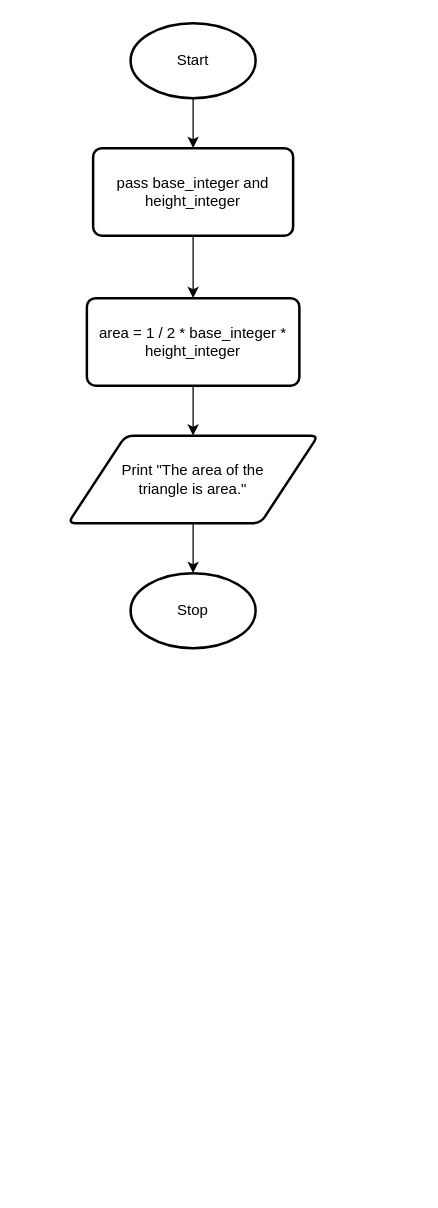
Earlier version of the draw.io diagram design.flowchart.drawio (Yiyun-Qin/ICS3U-Unit6-04-Python). Source tidied: cells renumbered, new cells numbered last; positions are measured from the earlier drawing's top-left corner, leaving out a move shared by most shapes. Both pictures are drawn from the tidied source at 125%, with x=0, y=0 at pixel (68, 22).
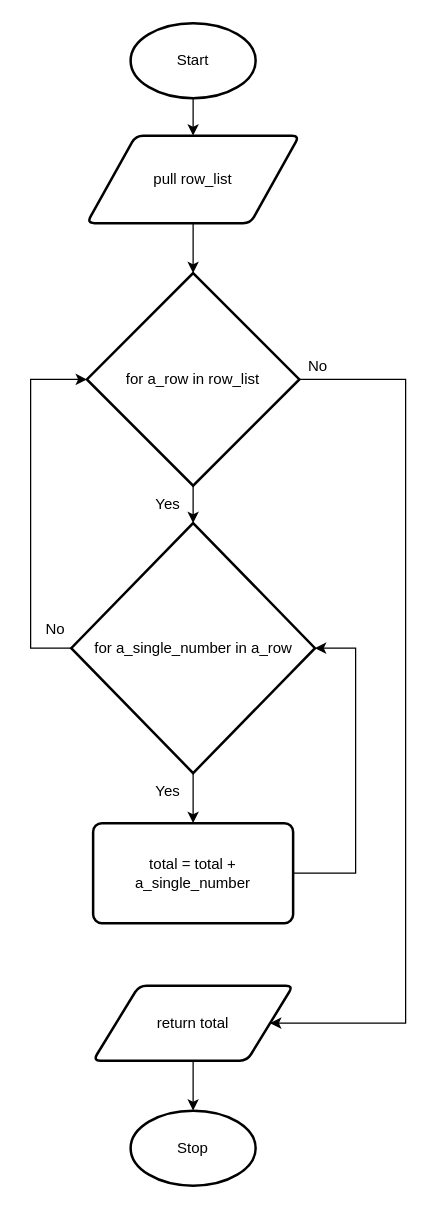
Above is the later version.

Unchanged cells that the change refers to:
```xml
<mxCell id="3" value="Start" style="strokeWidth=2;html=1;shape=mxgraph.flowchart.start_1;whiteSpace=wrap;" parent="1" vertex="1">
  <mxGeometry x="50" width="100" height="60" as="geometry" />
</mxCell>
```

Diff of the diagram source:
```diff
@@
-    <mxCell id="2" style="edgeStyle=none;html=1;exitX=0.5;exitY=1;exitDx=0;exitDy=0;exitPerimeter=0;entryX=0.5;entryY=0;entryDx=0;entryDy=0;" parent="1" edge="1" source="3" target="6">
-      <mxGeometry relative="1" as="geometry" />
-    </mxCell>
+    <mxCell id="11" style="edgeStyle=none;html=1;exitX=0.5;exitY=1;exitDx=0;exitDy=0;exitPerimeter=0;entryX=0.5;entryY=0;entryDx=0;entryDy=0;" parent="1" edge="1" source="3" target="13">
+      <mxGeometry relative="1" as="geometry" />
+    </mxCell>
@@
     <mxCell id="4" value="Stop" style="strokeWidth=2;html=1;shape=mxgraph.flowchart.start_1;whiteSpace=wrap;" parent="1" vertex="1">
-      <mxGeometry x="50" y="440" width="100" height="60" as="geometry" />
+      <mxGeometry x="50" y="870" width="100" height="60" as="geometry" />
     </mxCell>
-    <mxCell id="5" style="edgeStyle=none;html=1;exitX=0.5;exitY=1;exitDx=0;exitDy=0;entryX=0.5;entryY=0;entryDx=0;entryDy=0;" parent="1" edge="1" source="6" target="8">
-      <mxGeometry relative="1" as="geometry" />
-    </mxCell>
-    <mxCell id="6" value="pass base_integer and height_integer" style="rounded=1;whiteSpace=wrap;html=1;absoluteArcSize=1;arcSize=14;strokeWidth=2;" parent="1" vertex="1">
-      <mxGeometry x="20" y="100" width="160" height="70" as="geometry" />
-    </mxCell>
-    <mxCell id="7" style="edgeStyle=none;html=1;exitX=0.5;exitY=1;exitDx=0;exitDy=0;entryX=0.5;entryY=0;entryDx=0;entryDy=0;" parent="1" edge="1" source="8" target="10">
-      <mxGeometry relative="1" as="geometry" />
-    </mxCell>
-    <mxCell id="8" value="area = 1 / 2 * base_integer * height_integer" style="rounded=1;whiteSpace=wrap;html=1;absoluteArcSize=1;arcSize=14;strokeWidth=2;" parent="1" vertex="1">
-      <mxGeometry x="15" y="220" width="170" height="70" as="geometry" />
-    </mxCell>
-    <mxCell id="9" style="edgeStyle=none;html=1;exitX=0.5;exitY=1;exitDx=0;exitDy=0;entryX=0.5;entryY=0;entryDx=0;entryDy=0;entryPerimeter=0;" parent="1" edge="1" source="10" target="4">
-      <mxGeometry relative="1" as="geometry" />
-    </mxCell>
-    <mxCell id="10" value="Print &quot;The area of the &lt;br&gt;triangle is area.&quot;" style="shape=parallelogram;html=1;strokeWidth=2;perimeter=parallelogramPerimeter;whiteSpace=wrap;rounded=1;arcSize=12;size=0.23;" parent="1" vertex="1">
-      <mxGeometry y="330" width="200" height="70" as="geometry" />
-    </mxCell>
+    <mxCell id="12" style="edgeStyle=none;html=1;exitX=0.5;exitY=1;exitDx=0;exitDy=0;entryX=0.5;entryY=0;entryDx=0;entryDy=0;entryPerimeter=0;" parent="1" edge="1" source="13" target="16">
+      <mxGeometry relative="1" as="geometry" />
+    </mxCell>
+    <mxCell id="13" value="pull row_list" style="shape=parallelogram;html=1;strokeWidth=2;perimeter=parallelogramPerimeter;whiteSpace=wrap;rounded=1;arcSize=12;size=0.23;" parent="1" vertex="1">
+      <mxGeometry x="15" y="90" width="170" height="70" as="geometry" />
+    </mxCell>
+    <mxCell id="14" style="edgeStyle=none;html=1;exitX=0.5;exitY=1;exitDx=0;exitDy=0;exitPerimeter=0;entryX=0.5;entryY=0;entryDx=0;entryDy=0;entryPerimeter=0;" parent="1" edge="1" source="16" target="19">
+      <mxGeometry relative="1" as="geometry" />
+    </mxCell>
+    <mxCell id="15" style="edgeStyle=orthogonalEdgeStyle;rounded=0;html=1;exitX=1;exitY=0.5;exitDx=0;exitDy=0;exitPerimeter=0;entryX=1;entryY=0.5;entryDx=0;entryDy=0;" parent="1" edge="1" source="16" target="23">
+      <mxGeometry relative="1" as="geometry">
+        <Array as="points">
+          <mxPoint x="270" y="285" />
+          <mxPoint x="270" y="800" />
+        </Array>
+      </mxGeometry>
+    </mxCell>
+    <mxCell id="16" value="for a_row in row_list" style="strokeWidth=2;html=1;shape=mxgraph.flowchart.decision;whiteSpace=wrap;" parent="1" vertex="1">
+      <mxGeometry x="15" y="200" width="170" height="170" as="geometry" />
+    </mxCell>
+    <mxCell id="17" style="edgeStyle=none;html=1;exitX=0.5;exitY=1;exitDx=0;exitDy=0;exitPerimeter=0;entryX=0.5;entryY=0;entryDx=0;entryDy=0;" parent="1" edge="1" source="19" target="21">
+      <mxGeometry relative="1" as="geometry" />
+    </mxCell>
+    <mxCell id="18" style="edgeStyle=orthogonalEdgeStyle;html=1;exitX=0;exitY=0.5;exitDx=0;exitDy=0;exitPerimeter=0;entryX=0;entryY=0.5;entryDx=0;entryDy=0;entryPerimeter=0;rounded=0;" parent="1" edge="1" source="19" target="16">
+      <mxGeometry relative="1" as="geometry">
+        <Array as="points">
+          <mxPoint x="-30" y="500" />
+          <mxPoint x="-30" y="285" />
+        </Array>
+      </mxGeometry>
+    </mxCell>
+    <mxCell id="19" value="for a_single_number in a_row" style="strokeWidth=2;html=1;shape=mxgraph.flowchart.decision;whiteSpace=wrap;" parent="1" vertex="1">
+      <mxGeometry x="2.5" y="400" width="195" height="200" as="geometry" />
+    </mxCell>
+    <mxCell id="20" style="edgeStyle=orthogonalEdgeStyle;rounded=0;html=1;exitX=1;exitY=0.5;exitDx=0;exitDy=0;entryX=1;entryY=0.5;entryDx=0;entryDy=0;entryPerimeter=0;" parent="1" edge="1" source="21" target="19">
+      <mxGeometry relative="1" as="geometry">
+        <Array as="points">
+          <mxPoint x="230" y="680" />
+          <mxPoint x="230" y="500" />
+        </Array>
+      </mxGeometry>
+    </mxCell>
+    <mxCell id="21" value="total = total + a_single_number" style="rounded=1;whiteSpace=wrap;html=1;absoluteArcSize=1;arcSize=14;strokeWidth=2;" parent="1" vertex="1">
+      <mxGeometry x="20" y="640" width="160" height="80" as="geometry" />
+    </mxCell>
+    <mxCell id="22" style="edgeStyle=orthogonalEdgeStyle;rounded=0;html=1;exitX=0.5;exitY=1;exitDx=0;exitDy=0;entryX=0.5;entryY=0;entryDx=0;entryDy=0;entryPerimeter=0;" parent="1" edge="1" source="23" target="4">
+      <mxGeometry relative="1" as="geometry" />
+    </mxCell>
+    <mxCell id="23" value="return total" style="shape=parallelogram;html=1;strokeWidth=2;perimeter=parallelogramPerimeter;whiteSpace=wrap;rounded=1;arcSize=12;size=0.23;" parent="1" vertex="1">
+      <mxGeometry x="20" y="770" width="160" height="60" as="geometry" />
+    </mxCell>
+    <mxCell id="24" value="Yes" style="text;html=1;strokeColor=none;fillColor=none;align=center;verticalAlign=middle;whiteSpace=wrap;rounded=0;" parent="1" vertex="1">
+      <mxGeometry x="60" y="600" width="40" height="30" as="geometry" />
+    </mxCell>
+    <mxCell id="25" value="Yes" style="text;html=1;strokeColor=none;fillColor=none;align=center;verticalAlign=middle;whiteSpace=wrap;rounded=0;" parent="1" vertex="1">
+      <mxGeometry x="60" y="370" width="40" height="30" as="geometry" />
+    </mxCell>
+    <mxCell id="26" value="No" style="text;html=1;strokeColor=none;fillColor=none;align=center;verticalAlign=middle;whiteSpace=wrap;rounded=0;" parent="1" vertex="1">
+      <mxGeometry x="-30" y="470" width="40" height="30" as="geometry" />
+    </mxCell>
+    <mxCell id="27" value="No" style="text;html=1;strokeColor=none;fillColor=none;align=center;verticalAlign=middle;whiteSpace=wrap;rounded=0;" parent="1" vertex="1">
+      <mxGeometry x="180" y="260" width="40" height="30" as="geometry" />
+    </mxCell>
```
